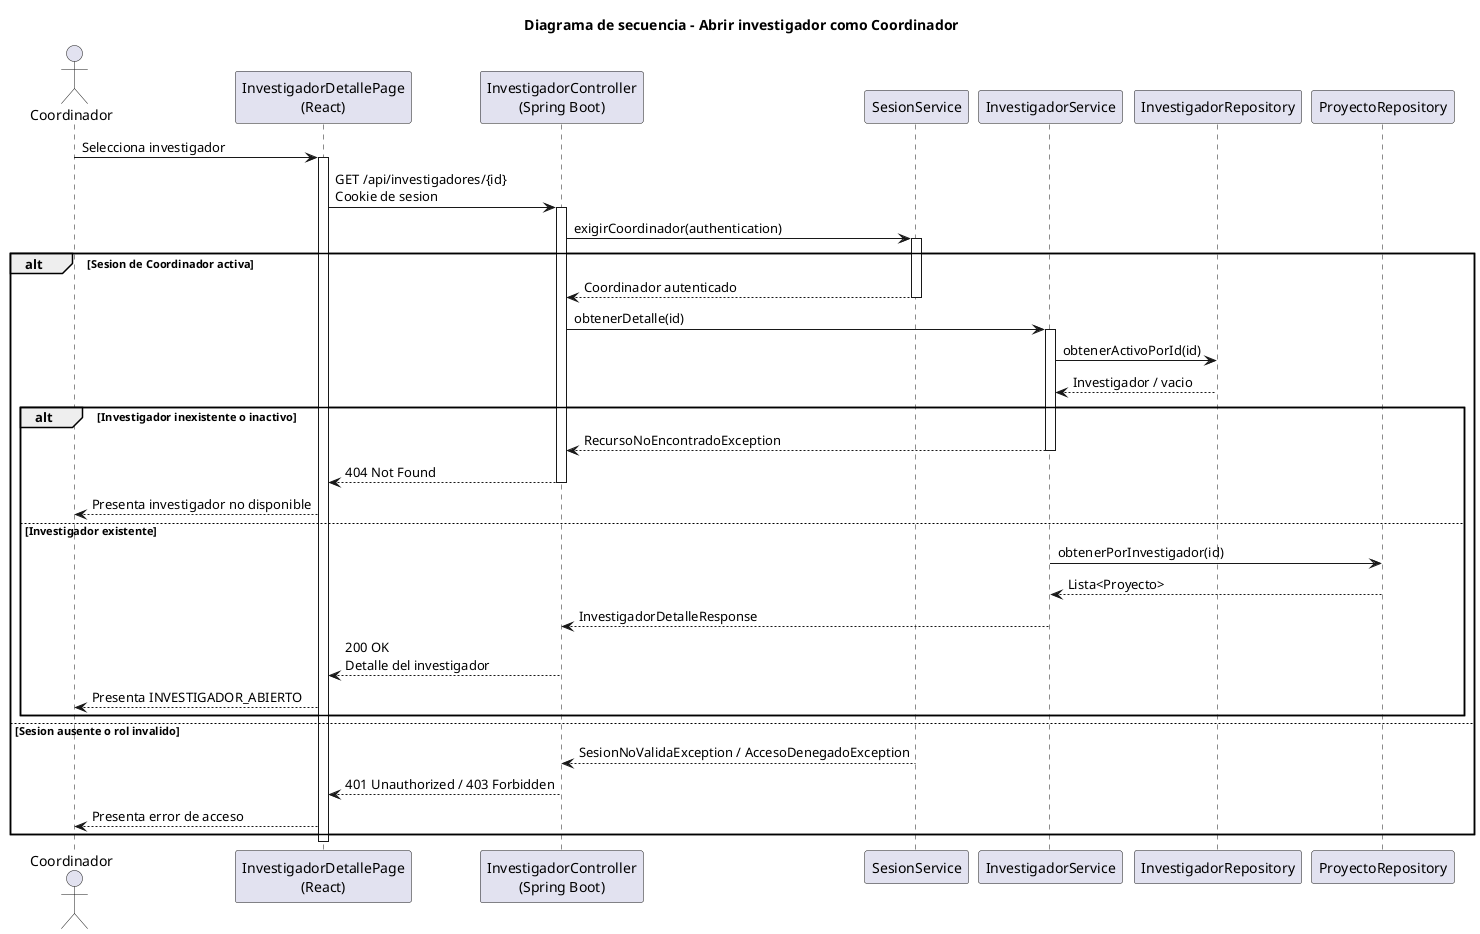
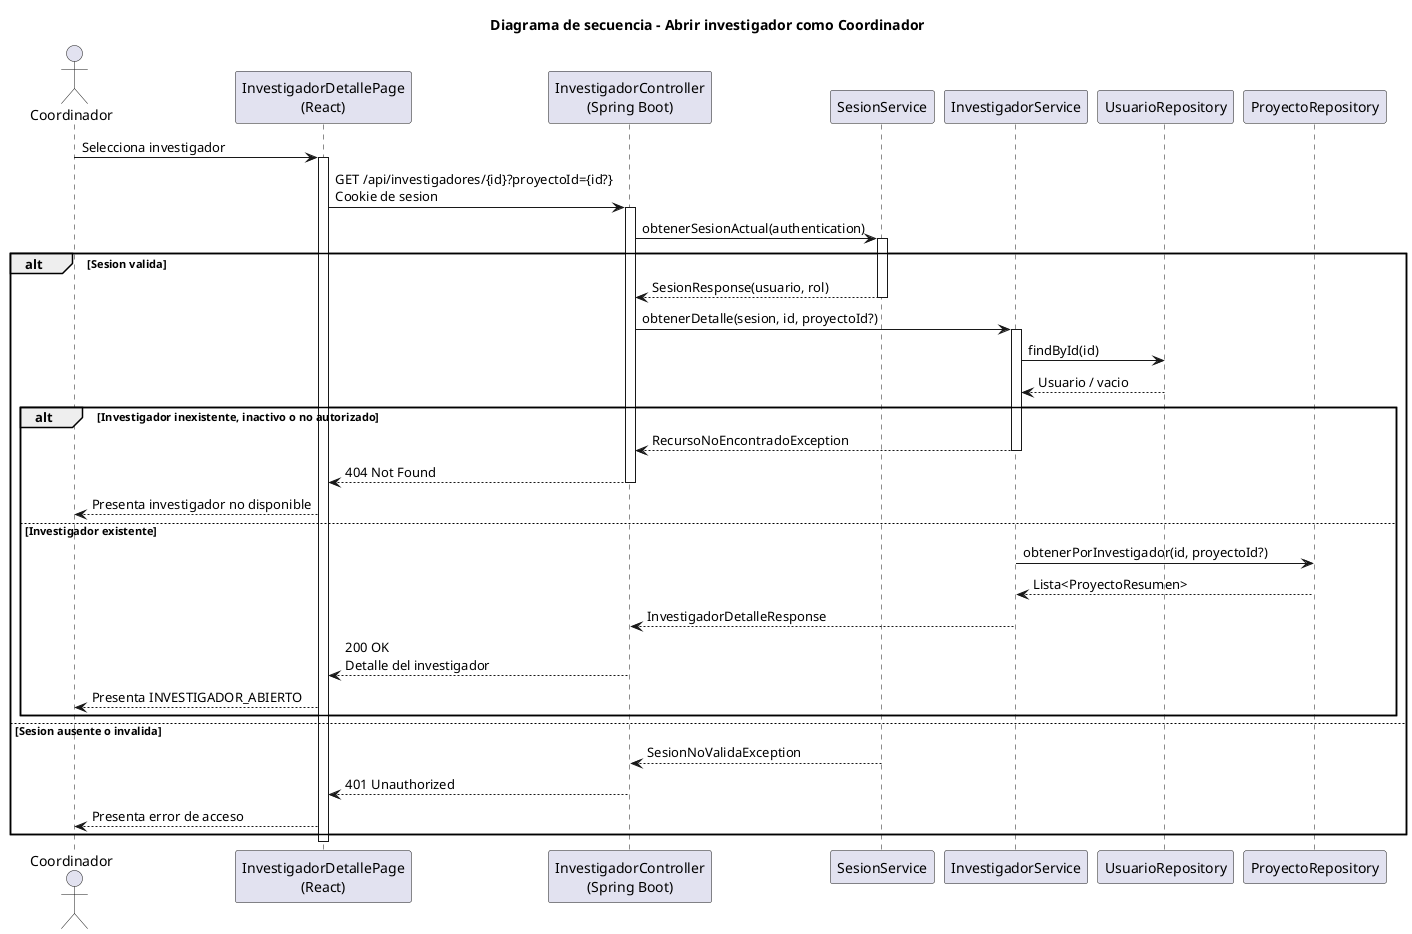
@startuml abrirInvestigador-coordinador-diseno
title Diagrama de secuencia - Abrir investigador como Coordinador

actor Coordinador
participant "InvestigadorDetallePage\n(React)" as Frontend
participant "InvestigadorController\n(Spring Boot)" as Api
participant "SesionService" as Sesion
participant "InvestigadorService" as Service
- participant "InvestigadorRepository" as InvestigadorRepo
+ participant "UsuarioRepository" as UsuarioRepo
participant "ProyectoRepository" as ProyectoRepo

Coordinador -> Frontend: Selecciona investigador
activate Frontend
- Frontend -> Api: GET /api/investigadores/{id}\nCookie de sesion
+ Frontend -> Api: GET /api/investigadores/{id}?proyectoId={id?}\nCookie de sesion
activate Api
- Api -> Sesion: exigirCoordinador(authentication)
+ Api -> Sesion: obtenerSesionActual(authentication)
activate Sesion
- alt Sesion de Coordinador activa
-     Sesion --> Api: Coordinador autenticado
+ alt Sesion valida
+     Sesion --> Api: SesionResponse(usuario, rol)
    deactivate Sesion
-     Api -> Service: obtenerDetalle(id)
+     Api -> Service: obtenerDetalle(sesion, id, proyectoId?)
    activate Service
-     Service -> InvestigadorRepo: obtenerActivoPorId(id)
-     InvestigadorRepo --> Service: Investigador / vacio
-     alt Investigador inexistente o inactivo
+     Service -> UsuarioRepo: findById(id)
+     UsuarioRepo --> Service: Usuario / vacio
+     alt Investigador inexistente, inactivo o no autorizado
        Service --> Api: RecursoNoEncontradoException
        deactivate Service
        Api --> Frontend: 404 Not Found
        deactivate Api
        Frontend --> Coordinador: Presenta investigador no disponible
    else Investigador existente
-         Service -> ProyectoRepo: obtenerPorInvestigador(id)
-         ProyectoRepo --> Service: Lista<Proyecto>
+         Service -> ProyectoRepo: obtenerPorInvestigador(id, proyectoId?)
+         ProyectoRepo --> Service: Lista<ProyectoResumen>
        Service --> Api: InvestigadorDetalleResponse
        deactivate Service
        Api --> Frontend: 200 OK\nDetalle del investigador
        deactivate Api
        Frontend --> Coordinador: Presenta INVESTIGADOR_ABIERTO
    end
- else Sesion ausente o rol invalido
-     Sesion --> Api: SesionNoValidaException / AccesoDenegadoException
+ else Sesion ausente o invalida
+     Sesion --> Api: SesionNoValidaException
    deactivate Sesion
-     Api --> Frontend: 401 Unauthorized / 403 Forbidden
+     Api --> Frontend: 401 Unauthorized
    deactivate Api
    Frontend --> Coordinador: Presenta error de acceso
end
deactivate Frontend
@enduml
